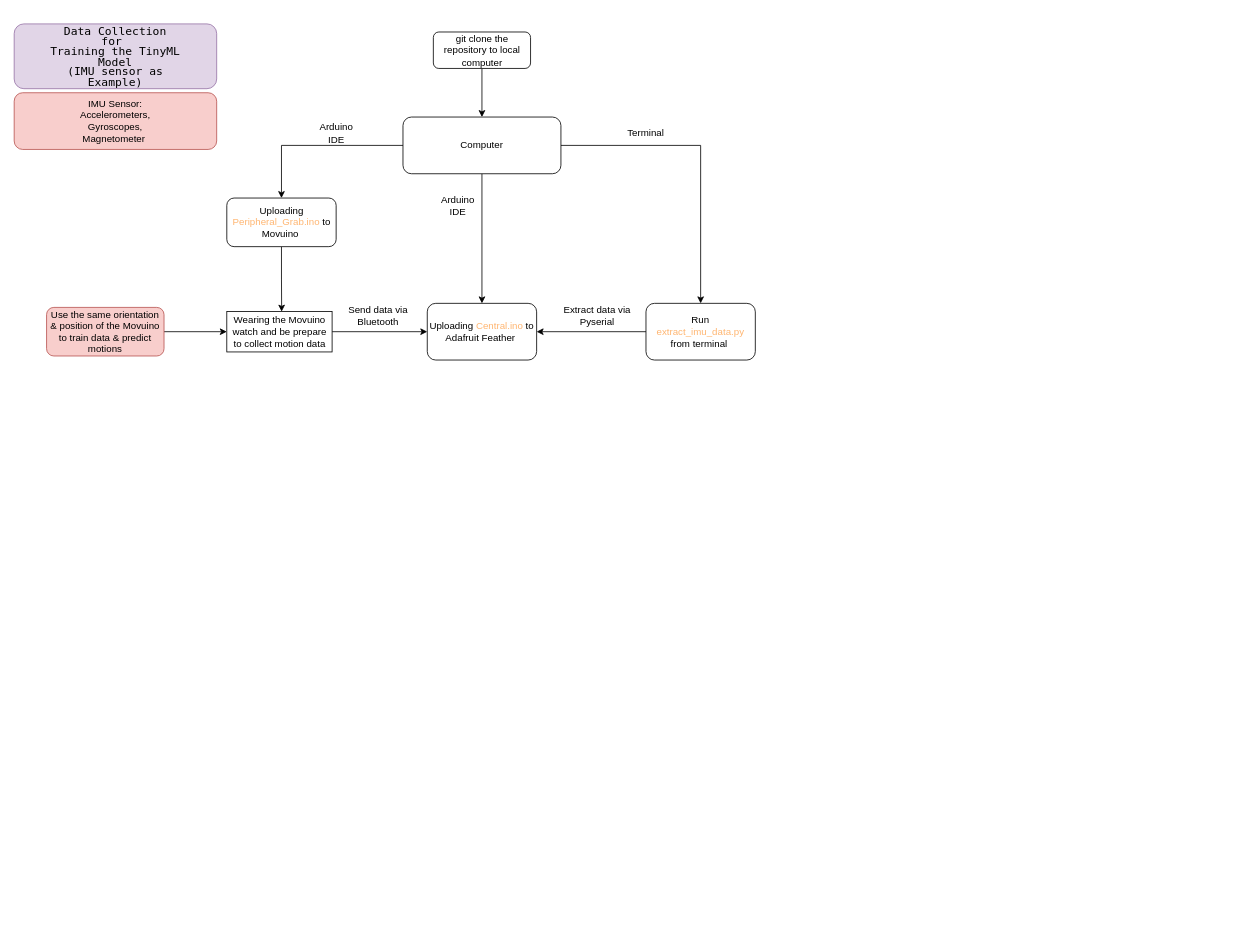
soledadli/IoT_gesture_recognition keeps this draw.io diagram as flowcharts_raw/gesture_recognition_movuino.drawio. Above is the earlier version. Source tidied: cells renumbered, new cells numbered last; positions are measured from the earlier drawing's top-left corner, leaving out a move shared by most shapes. Both pictures are drawn from the tidied source at 81%, with x=0, y=0 at pixel (14, 23).
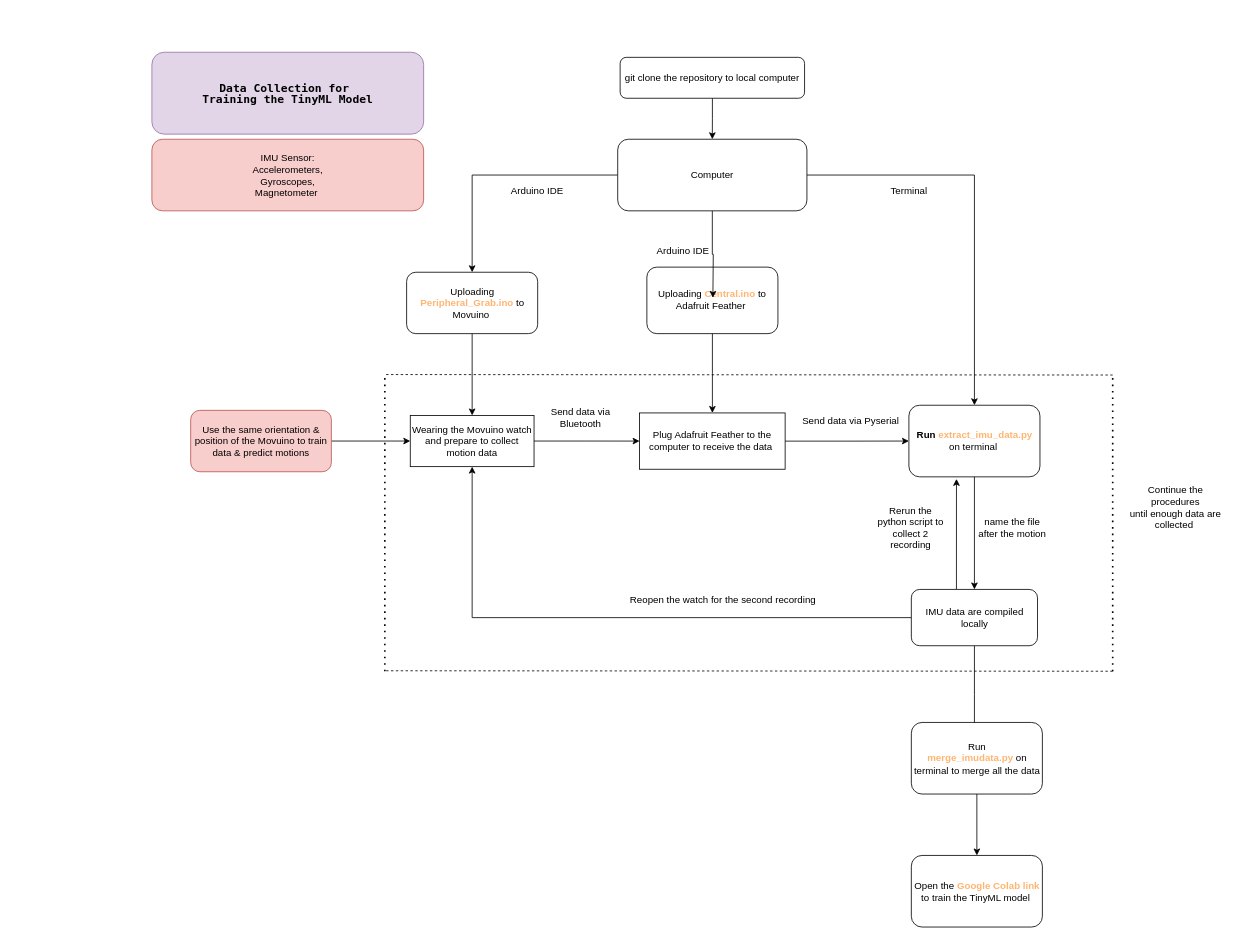
The same page after the edit.

Diff of the diagram source:
```diff
@@
-    <mxCell id="2" style="edgeStyle=orthogonalEdgeStyle;rounded=0;jettySize=auto;html=1;entryX=0.521;entryY=0.005;entryDx=0;entryDy=0;entryPerimeter=0;" parent="1" edge="1" source="3" target="6">
-      <mxGeometry relative="1" as="geometry" />
-    </mxCell>
+    <mxCell id="24" style="group;" parent="1" vertex="1">
+      <mxGeometry x="170" y="35" width="1330" height="1080" as="geometry" />
+    </mxCell>
-    <mxCell id="3" value="Uploading &lt;font color=&quot;#ffb570&quot;&gt;Peripheral_Grab.ino&lt;/font&gt; to Movuino&amp;nbsp;" style="rounded=1;whiteSpace=wrap;html=1;fontSize=12;glass=0;strokeWidth=1;shadow=0;" parent="1" vertex="1">
-      <mxGeometry x="262.5" y="215" width="135" height="60" as="geometry" />
+    <mxCell id="3" value="Uploading &lt;font color=&quot;#ffb570&quot;&gt;&lt;b&gt;Peripheral_Grab.ino&lt;/b&gt;&lt;/font&gt; to Movuino&amp;nbsp;" style="rounded=1;whiteSpace=wrap;html=1;fontSize=12;glass=0;strokeWidth=1;shadow=0;" parent="24" vertex="1">
+      <mxGeometry x="314.5" y="271.6" width="161.8" height="75.8" as="geometry" />
     </mxCell>
-    <mxCell id="4" value="&lt;blockquote style=&quot;line-height: 90% ; font-size: 14px&quot;&gt;&lt;font style=&quot;font-size: 14px&quot;&gt;&lt;font style=&quot;font-size: 14px&quot; face=&quot;Lucida Console&quot;&gt;Data Collection for&amp;nbsp;&lt;br&gt;&lt;/font&gt;&lt;/font&gt;&lt;font style=&quot;font-size: 14px&quot;&gt;&lt;font style=&quot;font-size: 14px&quot; face=&quot;Lucida Console&quot;&gt;Training the TinyML Model&lt;br&gt;&lt;/font&gt;&lt;/font&gt;&lt;font style=&quot;font-size: 14px&quot;&gt;&lt;font style=&quot;font-size: 14px&quot; face=&quot;Lucida Console&quot;&gt;(IMU sensor as Example)&lt;/font&gt;&lt;/font&gt;&lt;/blockquote&gt;" style="rounded=1;whiteSpace=wrap;html=1;fillColor=#e1d5e7;strokeColor=#9673a6;labelPosition=center;verticalLabelPosition=middle;align=center;verticalAlign=middle;spacing=4;spacingTop=0;spacingLeft=0;" parent="1" vertex="1">
-      <mxGeometry width="250" height="80" as="geometry" />
+    <mxCell id="4" value="&lt;blockquote style=&quot;line-height: 90% ; font-size: 14px&quot;&gt;&lt;b&gt;&lt;font style=&quot;font-size: 14px&quot;&gt;&lt;font style=&quot;font-size: 14px&quot; face=&quot;Lucida Console&quot;&gt;Data Collection for&amp;nbsp;&lt;br&gt;&lt;/font&gt;&lt;/font&gt;&lt;font style=&quot;font-size: 14px&quot;&gt;&lt;font style=&quot;font-size: 14px&quot; face=&quot;Lucida Console&quot;&gt;Training the TinyML Model&lt;/font&gt;&lt;/font&gt;&lt;br&gt;&lt;/b&gt;&lt;/blockquote&gt;" style="rounded=1;whiteSpace=wrap;html=1;fillColor=#e1d5e7;strokeColor=#9673a6;labelPosition=center;verticalLabelPosition=middle;align=center;verticalAlign=middle;spacing=4;spacingTop=0;spacingLeft=0;" parent="24" vertex="1">
+      <mxGeometry width="335.5" height="101.1" as="geometry" />
     </mxCell>
-    <mxCell id="5" style="edgeStyle=orthogonalEdgeStyle;rounded=0;jettySize=auto;html=1;entryX=0;entryY=0.5;entryDx=0;entryDy=0;" parent="1" edge="1" source="6" target="10">
-      <mxGeometry relative="1" as="geometry" />
-    </mxCell>
-    <mxCell id="6" value="Wearing the Movuino watch and be prepare to collect motion data" style="rounded=0;whiteSpace=wrap;html=1;" parent="1" vertex="1">
-      <mxGeometry x="262.5" y="355" width="130" height="50" as="geometry" />
+    <mxCell id="6" value="Wearing the Movuino watch and prepare to collect motion data" style="rounded=0;whiteSpace=wrap;html=1;" parent="24" vertex="1">
+      <mxGeometry x="319" y="448.4" width="152.8" height="63.2" as="geometry" />
     </mxCell>
+    <mxCell id="2" style="edgeStyle=orthogonalEdgeStyle;rounded=0;jettySize=auto;html=1;exitX=0.5;exitY=1;exitDx=0;exitDy=0;entryX=0.5;entryY=0;entryDx=0;entryDy=0;" parent="24" edge="1" source="3" target="6">
+      <mxGeometry relative="1" as="geometry" />
+    </mxCell>
-    <mxCell id="7" value="IMU Sensor:&lt;br&gt;Accelerometers,&lt;br&gt;Gyroscopes,&lt;br&gt;Magnetometer&amp;nbsp;" style="rounded=1;whiteSpace=wrap;html=1;fillColor=#f8cecc;strokeColor=#b85450;" parent="1" vertex="1">
-      <mxGeometry y="85" width="250" height="70" as="geometry" />
+    <mxCell id="7" value="IMU Sensor:&lt;br&gt;Accelerometers,&lt;br&gt;Gyroscopes,&lt;br&gt;Magnetometer&amp;nbsp;" style="rounded=1;whiteSpace=wrap;html=1;fillColor=#f8cecc;strokeColor=#b85450;" parent="24" vertex="1">
+      <mxGeometry y="107.4" width="335.5" height="88.4" as="geometry" />
     </mxCell>
-    <mxCell id="8" style="edgeStyle=orthogonalEdgeStyle;rounded=0;jettySize=auto;html=1;entryX=0;entryY=0.5;entryDx=0;entryDy=0;" parent="1" edge="1" source="9" target="6">
+    <mxCell id="8" style="edgeStyle=orthogonalEdgeStyle;rounded=0;jettySize=auto;html=1;entryX=0;entryY=0.5;entryDx=0;entryDy=0;" parent="24" edge="1" source="9" target="6">
       <mxGeometry relative="1" as="geometry" />
     </mxCell>
-    <mxCell id="9" value="Use the same orientation &amp;amp; position of the Movuino to train data &amp;amp; predict motions" style="rounded=1;whiteSpace=wrap;html=1;fillColor=#f8cecc;strokeColor=#b85450;" parent="1" vertex="1">
-      <mxGeometry x="40" y="350" width="145" height="60" as="geometry" />
+    <mxCell id="9" value="Use the same orientation &amp;amp; position of the Movuino to train data &amp;amp; predict motions" style="rounded=1;whiteSpace=wrap;html=1;fillColor=#f8cecc;strokeColor=#b85450;" parent="24" vertex="1">
+      <mxGeometry x="47.9" y="442.1" width="173.7" height="75.8" as="geometry" />
     </mxCell>
-    <mxCell id="10" value="Uploading &lt;font color=&quot;#ffb570&quot;&gt;Central.ino&lt;/font&gt; to Adafruit Feather&amp;nbsp;" style="rounded=1;whiteSpace=wrap;html=1;fontSize=12;glass=0;strokeWidth=1;shadow=0;" parent="1" vertex="1">
-      <mxGeometry x="510" y="345" width="135" height="70" as="geometry" />
+    <mxCell id="10" value="Uploading &lt;font color=&quot;#ffb570&quot;&gt;&lt;b&gt;Central.ino&lt;/b&gt;&lt;/font&gt; to Adafruit Feather&amp;nbsp;" style="rounded=1;whiteSpace=wrap;html=1;fontSize=12;glass=0;strokeWidth=1;shadow=0;" parent="24" vertex="1">
+      <mxGeometry x="611.1" y="265.3" width="161.8" height="82.1" as="geometry" />
     </mxCell>
-    <mxCell id="11" style="edgeStyle=orthogonalEdgeStyle;rounded=0;jettySize=auto;html=1;" parent="1" edge="1" source="12" target="10">
-      <mxGeometry relative="1" as="geometry" />
-    </mxCell>
-    <mxCell id="12" value="Run &lt;font color=&quot;#ffb570&quot;&gt;extract_imu_data.py&lt;/font&gt;&lt;br&gt;from terminal&amp;nbsp;" style="rounded=1;whiteSpace=wrap;html=1;fontSize=12;glass=0;strokeWidth=1;shadow=0;" parent="1" vertex="1">
-      <mxGeometry x="780" y="345" width="135" height="70" as="geometry" />
+    <mxCell id="12" value="&lt;b&gt;Run &lt;font color=&quot;#ffb570&quot;&gt;extract_imu_data.py&lt;/font&gt;&lt;/b&gt;&lt;br&gt;on terminal&amp;nbsp;" style="rounded=1;whiteSpace=wrap;html=1;fontSize=12;glass=0;strokeWidth=1;shadow=0;" parent="24" vertex="1">
+      <mxGeometry x="934.6" y="435.8" width="161.8" height="88.4" as="geometry" />
     </mxCell>
-    <mxCell id="13" value="Send data via&lt;br&gt;Bluetooth" style="text;html=1;align=center;verticalAlign=middle;strokeColor=none;" parent="1" vertex="1">
-      <mxGeometry x="404" y="345" width="90" height="30" as="geometry" />
+    <mxCell id="13" value="Send data via&lt;br&gt;Bluetooth" style="text;html=1;align=center;verticalAlign=middle;strokeColor=none;" parent="24" vertex="1">
+      <mxGeometry x="484.1" y="435.8" width="90" height="30" as="geometry" />
     </mxCell>
-    <mxCell id="14" value="Extract data via Pyserial" style="text;html=1;strokeColor=none;fillColor=none;align=center;verticalAlign=middle;whiteSpace=wrap;rounded=0;" parent="1" vertex="1">
-      <mxGeometry x="660" y="350" width="120" height="20" as="geometry" />
+    <mxCell id="14" value="Send data via Pyserial" style="text;html=1;strokeColor=none;fillColor=none;align=center;verticalAlign=middle;whiteSpace=wrap;rounded=0;" parent="24" vertex="1">
+      <mxGeometry x="790.8" y="442.1" width="143.8" height="25.3" as="geometry" />
     </mxCell>
-    <mxCell id="15" style="edgeStyle=orthogonalEdgeStyle;rounded=0;jettySize=auto;html=1;entryX=0.5;entryY=0;entryDx=0;entryDy=0;" parent="1" edge="1" source="18" target="12">
+    <mxCell id="15" style="edgeStyle=orthogonalEdgeStyle;rounded=0;jettySize=auto;html=1;entryX=0.5;entryY=0;entryDx=0;entryDy=0;" parent="24" edge="1" source="18" target="12">
       <mxGeometry relative="1" as="geometry" />
     </mxCell>
-    <mxCell id="16" style="edgeStyle=orthogonalEdgeStyle;rounded=0;jettySize=auto;html=1;" parent="1" edge="1" source="18" target="3">
+    <mxCell id="16" style="edgeStyle=orthogonalEdgeStyle;rounded=0;jettySize=auto;html=1;" parent="24" edge="1" source="18" target="3">
       <mxGeometry relative="1" as="geometry" />
     </mxCell>
-    <mxCell id="17" style="edgeStyle=orthogonalEdgeStyle;rounded=0;jettySize=auto;html=1;exitX=0.5;exitY=1;exitDx=0;exitDy=0;entryX=0.5;entryY=0;entryDx=0;entryDy=0;" parent="1" edge="1" source="18" target="10">
-      <mxGeometry relative="1" as="geometry" />
+    <mxCell id="17" style="edgeStyle=orthogonalEdgeStyle;rounded=0;jettySize=auto;html=1;exitX=0.5;exitY=1;exitDx=0;exitDy=0;" parent="24" edge="1" source="18">
+      <mxGeometry relative="1" as="geometry">
+        <mxPoint x="692.6" y="303.2" as="targetPoint" />
+      </mxGeometry>
     </mxCell>
-    <mxCell id="18" value="Computer" style="rounded=1;whiteSpace=wrap;html=1;fontSize=12;glass=0;strokeWidth=1;shadow=0;" parent="1" vertex="1">
-      <mxGeometry x="480" y="115" width="195" height="70" as="geometry" />
+    <mxCell id="18" value="Computer" style="rounded=1;whiteSpace=wrap;html=1;fontSize=12;glass=0;strokeWidth=1;shadow=0;" parent="24" vertex="1">
+      <mxGeometry x="575.1" y="107.4" width="233.6" height="88.4" as="geometry" />
     </mxCell>
-    <mxCell id="19" value="Terminal" style="text;html=1;strokeColor=none;fillColor=none;align=center;verticalAlign=middle;whiteSpace=wrap;rounded=0;" parent="1" vertex="1">
-      <mxGeometry x="750" y="125" width="60" height="20" as="geometry" />
+    <mxCell id="19" value="Terminal" style="text;html=1;strokeColor=none;fillColor=none;align=center;verticalAlign=middle;whiteSpace=wrap;rounded=0;" parent="24" vertex="1">
+      <mxGeometry x="898.6" y="157.9" width="71.9" height="25.3" as="geometry" />
     </mxCell>
-    <mxCell id="20" value="Arduino IDE" style="text;html=1;strokeColor=none;fillColor=none;align=center;verticalAlign=middle;whiteSpace=wrap;rounded=0;" parent="1" vertex="1">
-      <mxGeometry x="367.5" y="125" width="60" height="20" as="geometry" />
+    <mxCell id="20" value="Arduino IDE" style="text;html=1;strokeColor=none;fillColor=none;align=center;verticalAlign=middle;whiteSpace=wrap;rounded=0;" parent="24" vertex="1">
+      <mxGeometry x="440.3" y="157.9" width="71.9" height="25.3" as="geometry" />
     </mxCell>
-    <mxCell id="21" value="Arduino IDE" style="text;html=1;strokeColor=none;fillColor=none;align=center;verticalAlign=middle;whiteSpace=wrap;rounded=0;" parent="1" vertex="1">
-      <mxGeometry x="517.5" y="215" width="60" height="20" as="geometry" />
+    <mxCell id="21" value="Arduino IDE" style="text;html=1;strokeColor=none;fillColor=none;align=center;verticalAlign=middle;whiteSpace=wrap;rounded=0;" parent="24" vertex="1">
+      <mxGeometry x="620.1" y="233.7" width="71.9" height="25.3" as="geometry" />
     </mxCell>
-    <mxCell id="22" style="edgeStyle=orthogonalEdgeStyle;rounded=0;jettySize=auto;html=1;entryX=0.5;entryY=0;entryDx=0;entryDy=0;" parent="1" edge="1" source="23" target="18">
+    <mxCell id="22" style="edgeStyle=orthogonalEdgeStyle;rounded=0;jettySize=auto;html=1;entryX=0.5;entryY=0;entryDx=0;entryDy=0;" parent="24" edge="1" source="23" target="18">
       <mxGeometry relative="1" as="geometry" />
     </mxCell>
-    <mxCell id="23" value="git clone the repository to local computer" style="rounded=1;whiteSpace=wrap;html=1;" parent="1" vertex="1">
-      <mxGeometry x="517.5" y="10" width="120" height="45" as="geometry" />
+    <mxCell id="23" value="git clone the repository to local computer" style="rounded=1;whiteSpace=wrap;html=1;" parent="24" vertex="1">
+      <mxGeometry x="578.1" y="6.3" width="227.7" height="50.5" as="geometry" />
     </mxCell>
+    <mxCell id="25" style="edgeStyle=orthogonalEdgeStyle;rounded=0;jettySize=auto;html=1;entryX=0.363;entryY=1.029;entryDx=0;entryDy=0;entryPerimeter=0;" parent="24" edge="1" source="28" target="12">
+      <mxGeometry relative="1" as="geometry">
+        <Array as="points">
+          <mxPoint x="993.3" y="637.9" />
+          <mxPoint x="993.3" y="637.9" />
+        </Array>
+      </mxGeometry>
+    </mxCell>
+    <mxCell id="26" style="edgeStyle=orthogonalEdgeStyle;rounded=0;jettySize=auto;html=1;entryX=0.5;entryY=1;entryDx=0;entryDy=0;" parent="24" edge="1" source="28" target="6">
+      <mxGeometry relative="1" as="geometry" />
+    </mxCell>
+    <mxCell id="27" style="edgeStyle=orthogonalEdgeStyle;rounded=0;jettySize=auto;html=1;" parent="24" edge="1" source="28">
+      <mxGeometry relative="1" as="geometry">
+        <mxPoint x="1015.5" y="852.6" as="targetPoint" />
+      </mxGeometry>
+    </mxCell>
+    <mxCell id="28" value="IMU data are compiled locally" style="rounded=1;whiteSpace=wrap;html=1;" parent="24" vertex="1">
+      <mxGeometry x="937.6" y="663.2" width="155.8" height="69.5" as="geometry" />
+    </mxCell>
+    <mxCell id="29" style="edgeStyle=orthogonalEdgeStyle;rounded=0;jettySize=auto;html=1;entryX=0.5;entryY=0;entryDx=0;entryDy=0;" parent="24" edge="1" source="12" target="28">
+      <mxGeometry relative="1" as="geometry" />
+    </mxCell>
+    <mxCell id="30" style="edgeStyle=orthogonalEdgeStyle;rounded=0;jettySize=auto;html=1;entryX=0;entryY=0.5;entryDx=0;entryDy=0;" parent="24" edge="1" source="31" target="12">
+      <mxGeometry relative="1" as="geometry" />
+    </mxCell>
+    <mxCell id="31" value="Plug Adafruit Feather to the computer to receive the data&amp;nbsp;" style="rounded=0;whiteSpace=wrap;html=1;" parent="24" vertex="1">
+      <mxGeometry x="602.1" y="445.3" width="179.7" height="69.5" as="geometry" />
+    </mxCell>
+    <mxCell id="32" style="edgeStyle=orthogonalEdgeStyle;rounded=0;jettySize=auto;html=1;entryX=0;entryY=0.5;entryDx=0;entryDy=0;" parent="24" edge="1" source="6" target="31">
+      <mxGeometry relative="1" as="geometry" />
+    </mxCell>
+    <mxCell id="33" style="edgeStyle=orthogonalEdgeStyle;rounded=0;jettySize=auto;html=1;exitX=0.5;exitY=1;exitDx=0;exitDy=0;" parent="24" edge="1" source="10" target="31">
+      <mxGeometry relative="1" as="geometry" />
+    </mxCell>
+    <mxCell id="34" value="name the file after the motion" style="text;html=1;strokeColor=none;fillColor=none;align=center;verticalAlign=middle;whiteSpace=wrap;rounded=0;" parent="24" vertex="1">
+      <mxGeometry x="1018.5" y="574.7" width="86.9" height="25.3" as="geometry" />
+    </mxCell>
+    <mxCell id="35" value="Rerun the python script to collect 2 recording" style="text;html=1;strokeColor=none;fillColor=none;align=center;verticalAlign=middle;whiteSpace=wrap;rounded=0;" parent="24" vertex="1">
+      <mxGeometry x="895.1" y="574.7" width="83.9" height="25.3" as="geometry" />
+    </mxCell>
+    <mxCell id="36" value="Reopen the watch for the second recording&amp;nbsp;" style="text;html=1;strokeColor=none;fillColor=none;align=center;verticalAlign=middle;whiteSpace=wrap;rounded=0;" parent="24" vertex="1">
+      <mxGeometry x="575.1" y="663.2" width="263.6" height="25.3" as="geometry" />
+    </mxCell>
+    <mxCell id="37" style="endArrow=none;dashed=1;html=1;" parent="24" edge="1">
+      <mxGeometry relative="1" as="geometry">
+        <mxPoint x="1186.2" y="764.2" as="sourcePoint" />
+        <mxPoint x="287.6" y="763.6" as="targetPoint" />
+      </mxGeometry>
+    </mxCell>
+    <mxCell id="38" style="endArrow=none;dashed=1;html=1;" parent="24" edge="1">
+      <mxGeometry relative="1" as="geometry">
+        <mxPoint x="1186.2" y="398.5" as="sourcePoint" />
+        <mxPoint x="287.6" y="397.9" as="targetPoint" />
+      </mxGeometry>
+    </mxCell>
+    <mxCell id="39" style="endArrow=none;dashed=1;html=1;dashPattern=1 3;strokeWidth=2;" parent="24" edge="1">
+      <mxGeometry relative="1" as="geometry">
+        <mxPoint x="1186.2" y="764.2" as="sourcePoint" />
+        <mxPoint x="1186.2" y="397.9" as="targetPoint" />
+      </mxGeometry>
+    </mxCell>
+    <mxCell id="40" style="endArrow=none;dashed=1;html=1;dashPattern=1 3;strokeWidth=2;" parent="24" edge="1">
+      <mxGeometry relative="1" as="geometry">
+        <mxPoint x="287.6" y="764.2" as="sourcePoint" />
+        <mxPoint x="287.6" y="397.9" as="targetPoint" />
+      </mxGeometry>
+    </mxCell>
+    <mxCell id="41" value="Continue the procedures&lt;br&gt;until enough data are collected&amp;nbsp;" style="text;html=1;strokeColor=none;fillColor=none;align=center;verticalAlign=middle;whiteSpace=wrap;rounded=0;glass=0;" parent="24" vertex="1">
+      <mxGeometry x="1198.2" y="498.9" width="131.8" height="126.3" as="geometry" />
+    </mxCell>
+    <mxCell id="42" value="Run&lt;br&gt;&lt;b&gt;&lt;font color=&quot;#ffb570&quot;&gt;merge_imudata.py&lt;/font&gt;&lt;/b&gt; on terminal to merge all the data" style="rounded=1;whiteSpace=wrap;html=1;fontSize=12;glass=0;strokeWidth=1;shadow=0;" parent="24" vertex="1">
+      <mxGeometry x="937.6" y="827.4" width="161.8" height="88.4" as="geometry" />
+    </mxCell>
+    <mxCell id="43" value="Open the &lt;b&gt;&lt;font color=&quot;#ffb570&quot;&gt;Google Colab link&lt;/font&gt;&lt;/b&gt; to train the TinyML model&amp;nbsp;" style="rounded=1;whiteSpace=wrap;html=1;fontSize=12;glass=0;strokeWidth=1;shadow=0;" parent="24" vertex="1">
+      <mxGeometry x="937.6" y="991.6" width="161.8" height="88.4" as="geometry" />
+    </mxCell>
+    <mxCell id="44" style="edgeStyle=orthogonalEdgeStyle;rounded=0;jettySize=auto;html=1;exitX=0.5;exitY=1;exitDx=0;exitDy=0;entryX=0.5;entryY=0;entryDx=0;entryDy=0;" parent="24" edge="1" source="42" target="43">
+      <mxGeometry relative="1" as="geometry" />
+    </mxCell>
```
